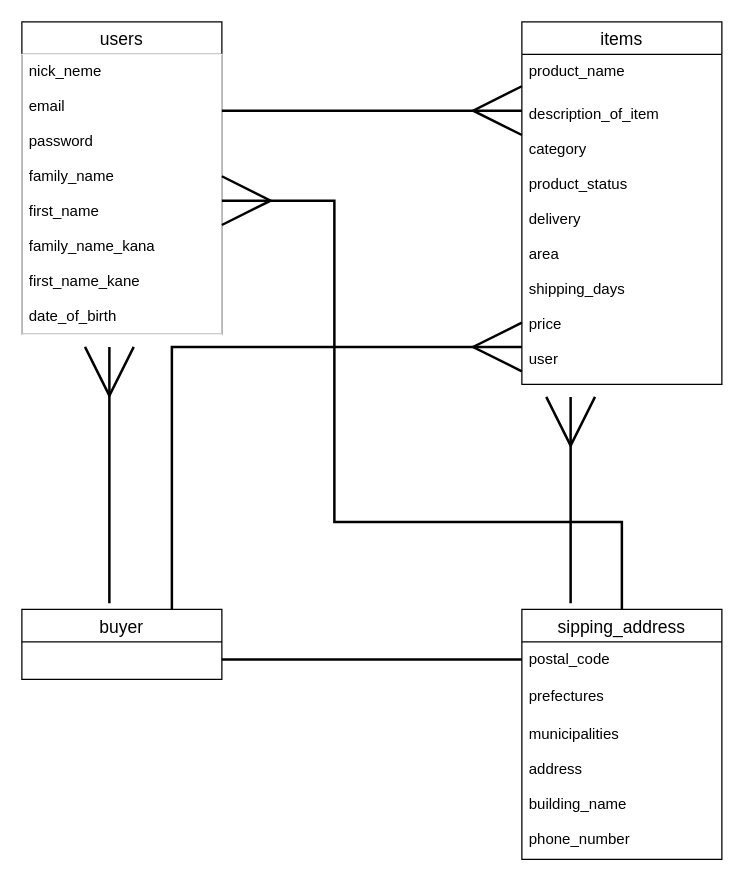
Above: er.dio in nikumiso213/furima-30560 (draw.io), before the change. Source tidied: cells renumbered, new cells numbered last; positions are measured from the earlier drawing's top-left corner, leaving out a move shared by most shapes. Both pictures are drawn from the tidied source at 125%, with x=0, y=0 at pixel (21, 21).
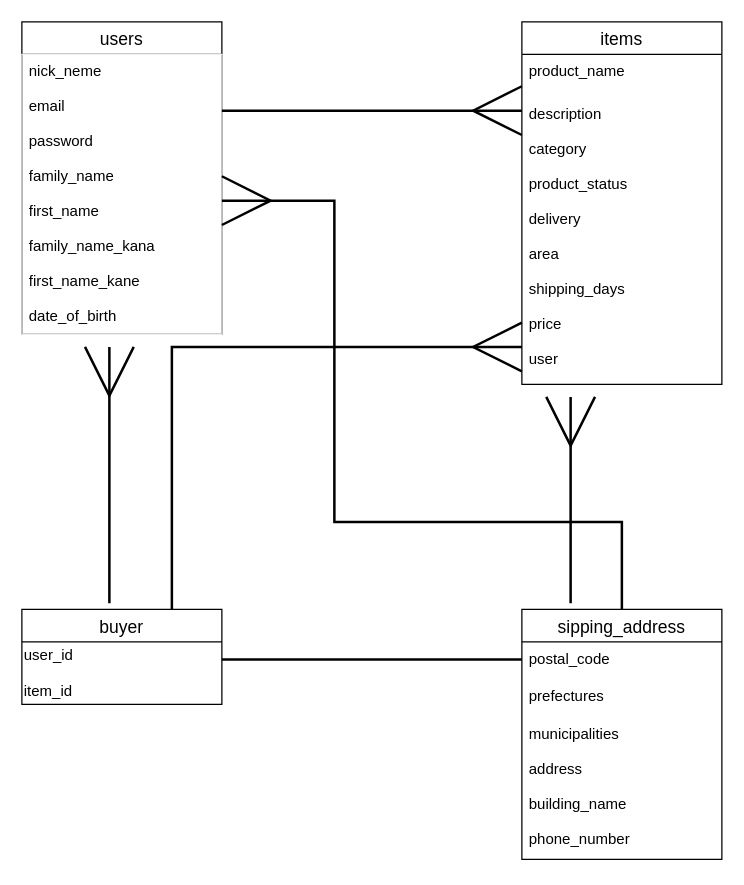
Above is the later version.

Commit message (it also covers changes not shown here):
データベース設計　修正２

Unchanged cells that the change refers to:
```xml
<mxCell id="4" value="items" style="swimlane;fontStyle=0;horizontal=1;startSize=26;align=center;fontSize=14;" parent="1" vertex="1">
  <mxGeometry x="400" width="160" height="290" as="geometry" />
</mxCell>
```

Diff of the diagram source:
```diff
@@
-    <mxCell id="6" value="description_of_item&#10;&#10;category&#10;&#10;product_status&#10;&#10;delivery&#10;&#10;area&#10;&#10;shipping_days&#10;&#10;price&#10;&#10;user&#10;" style="text;strokeColor=none;fillColor=none;spacingLeft=4;spacingRight=4;overflow=hidden;points=[[0,0.5],[1,0.5]];portConstraint=eastwest;fontSize=12;" parent="4" vertex="1">
+    <mxCell id="6" value="description&#10;&#10;category&#10;&#10;product_status&#10;&#10;delivery&#10;&#10;area&#10;&#10;shipping_days&#10;&#10;price&#10;&#10;user&#10;" style="text;strokeColor=none;fillColor=none;spacingLeft=4;spacingRight=4;overflow=hidden;points=[[0,0.5],[1,0.5]];portConstraint=eastwest;fontSize=12;" parent="4" vertex="1">
       <mxGeometry y="60" width="160" height="230" as="geometry" />
     </mxCell>
@@
     <mxCell id="10" value="buyer" style="swimlane;fontStyle=0;horizontal=1;startSize=26;align=center;fontSize=14;" parent="1" vertex="1">
-      <mxGeometry y="470" width="160" height="56" as="geometry" />
+      <mxGeometry y="470" width="160" height="76" as="geometry" />
     </mxCell>
+    <mxCell id="18" value="user_id&lt;br&gt;&lt;br&gt;&lt;div&gt;&lt;span&gt;item_id&lt;/span&gt;&lt;/div&gt;" style="text;html=1;align=left;verticalAlign=middle;" parent="10" vertex="1">
+      <mxGeometry y="26" width="160" height="50" as="geometry" />
+    </mxCell>
```
